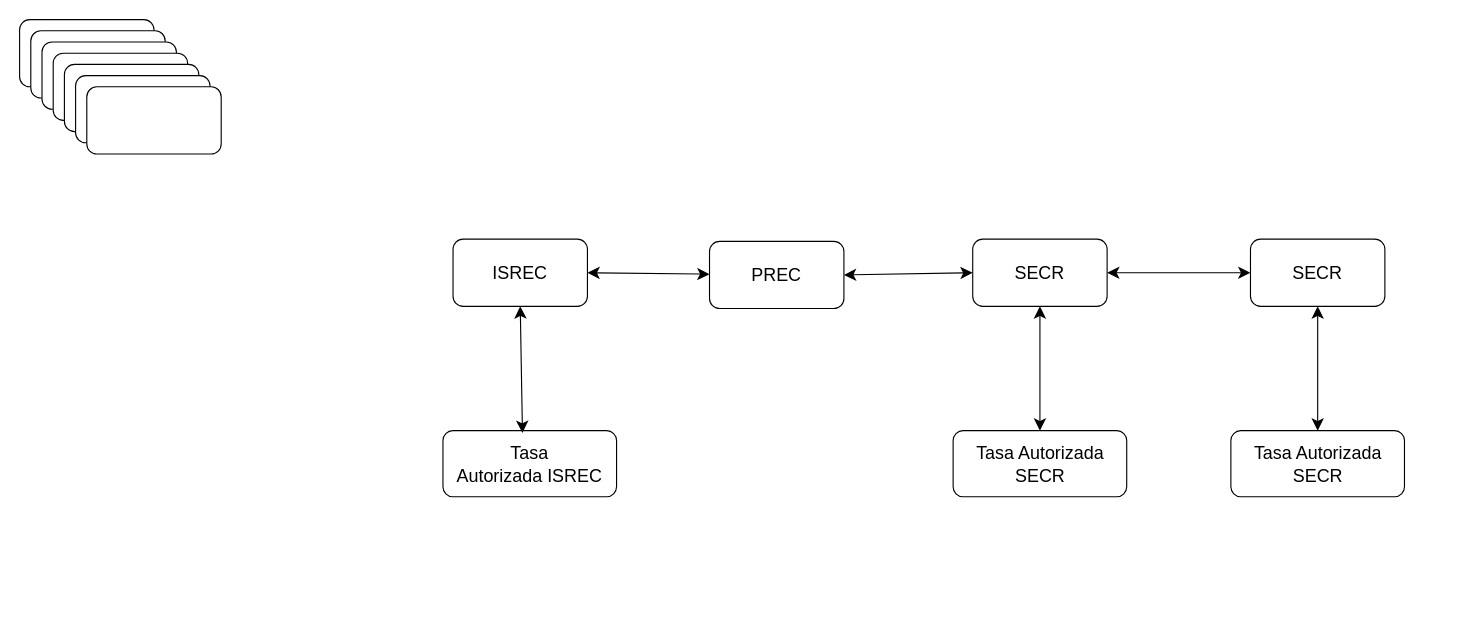
Above: page "Página-2" (2 of 2) of Diagrama sin título.drawio in EstebanGitPro/AdminFinanazas (draw.io), before the change. Source tidied: cells renumbered, new cells numbered last; positions are measured from the earlier drawing's top-left corner, leaving out a move shared by most shapes. Both pictures are drawn from the tidied source at 112%, with x=0, y=0 at pixel (19, 19).
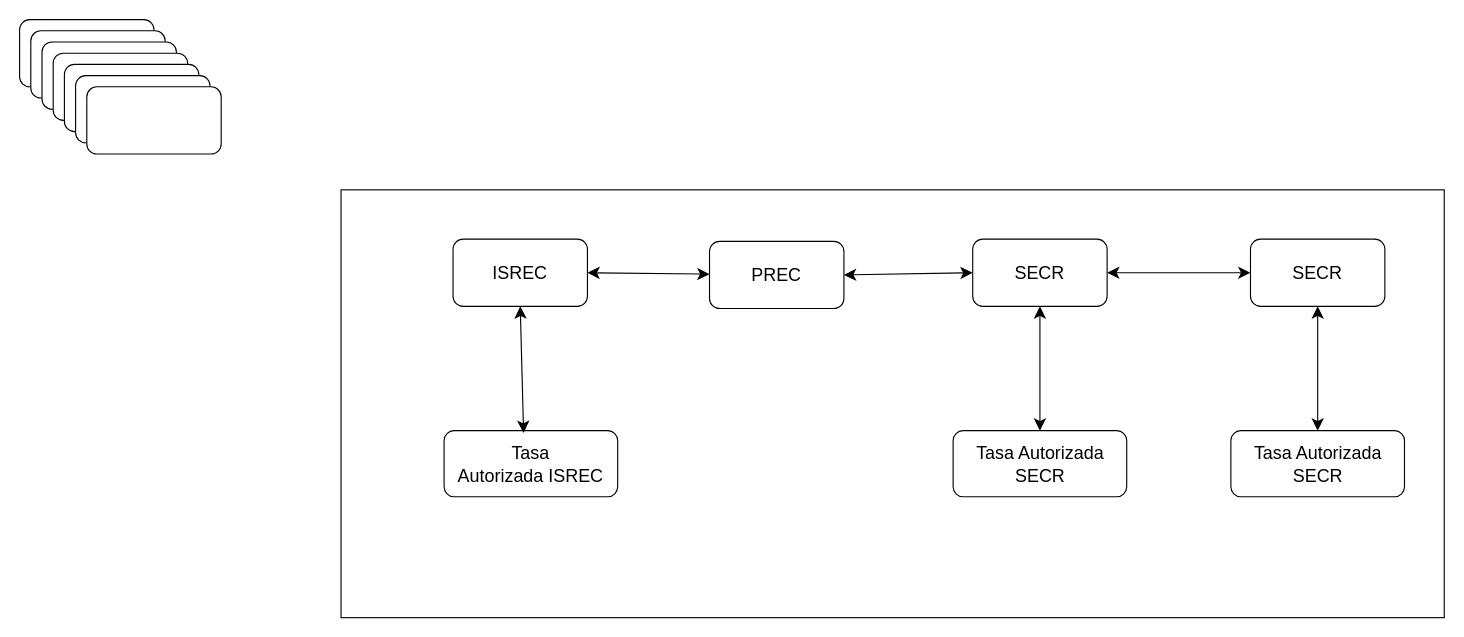
The same diagram, later.

Change to the diagram source:
```diff
@@
+    <mxCell id="22" style="rounded=0;whiteSpace=wrap;html=1;fontSize=16;" parent="1" vertex="1">
+      <mxGeometry x="287" y="152" width="985" height="382" as="geometry" />
+    </mxCell>
@@
     <mxCell id="11" value="Tasa Autorizada&amp;nbsp;ISREC" style="rounded=1;whiteSpace=wrap;html=1;fontSize=16;" parent="1" vertex="1">
-      <mxGeometry x="378" y="367" width="155" height="59" as="geometry" />
+      <mxGeometry x="379" y="367" width="155" height="59" as="geometry" />
     </mxCell>
```
